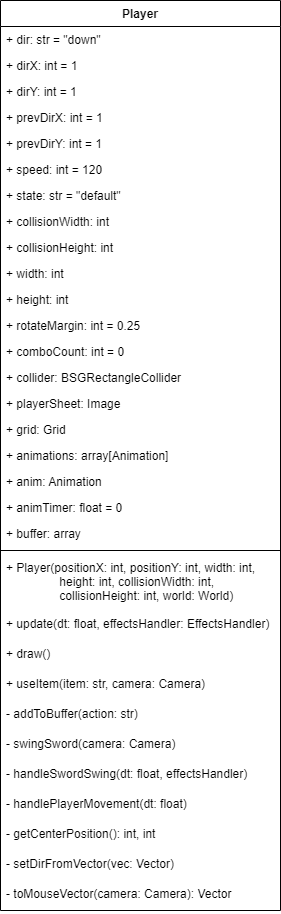
Earlier version of the draw.io export docs/class-diagram.drawio.png (Perla-Al-Haddad/HeartOfWoodland). Source tidied: cells renumbered, new cells last; positions are measured from the earlier drawing's top-left corner, leaving out a move shared by most shapes.
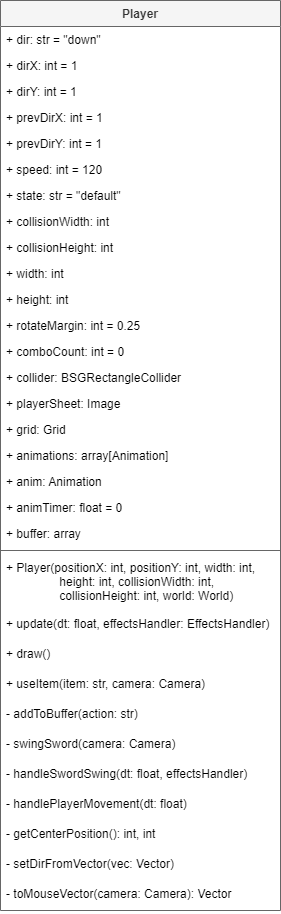
The same file after the commit.

Commit message:
updated class diagram style

What changed in the source:
```diff
@@ -2,103 +2,103 @@
   <root>
     <mxCell id="0" />
     <mxCell id="1" parent="0" />
-    <mxCell id="2" value="Player" style="swimlane;fontStyle=1;align=center;verticalAlign=top;horizontal=1;startSize=26;" parent="1" vertex="1">
+    <mxCell id="2" value="Player" style="swimlane;fontStyle=1;align=center;verticalAlign=top;horizontal=1;startSize=26;fillColor=#f5f5f5;fontColor=#333333;strokeColor=#666666;gradientColor=none;swimlaneFillColor=#FFFFFF;" parent="1" vertex="1">
       <mxGeometry width="280" height="910" as="geometry" />
     </mxCell>
-    <mxCell id="3" value="+ dir: str = &quot;down&quot;" style="text;strokeColor=none;fillColor=none;align=left;verticalAlign=top;spacingLeft=4;spacingRight=4;overflow=hidden;" parent="2" vertex="1">
+    <mxCell id="3" value="+ dir: str = &quot;down&quot;" style="text;strokeColor=none;fillColor=none;align=left;verticalAlign=top;spacingLeft=4;spacingRight=4;overflow=hidden;fontColor=#000000;" parent="2" vertex="1">
       <mxGeometry y="26" width="280" height="26" as="geometry" />
     </mxCell>
-    <mxCell id="4" value="+ dirX: int = 1" style="text;strokeColor=none;fillColor=none;align=left;verticalAlign=top;spacingLeft=4;spacingRight=4;overflow=hidden;" parent="2" vertex="1">
+    <mxCell id="4" value="+ dirX: int = 1" style="text;strokeColor=none;fillColor=none;align=left;verticalAlign=top;spacingLeft=4;spacingRight=4;overflow=hidden;fontColor=#000000;" parent="2" vertex="1">
       <mxGeometry y="52" width="280" height="26" as="geometry" />
     </mxCell>
-    <mxCell id="5" value="+ dirY: int = 1" style="text;strokeColor=none;fillColor=none;align=left;verticalAlign=top;spacingLeft=4;spacingRight=4;overflow=hidden;" parent="2" vertex="1">
+    <mxCell id="5" value="+ dirY: int = 1" style="text;strokeColor=none;fillColor=none;align=left;verticalAlign=top;spacingLeft=4;spacingRight=4;overflow=hidden;fontColor=#000000;" parent="2" vertex="1">
       <mxGeometry y="78" width="280" height="26" as="geometry" />
     </mxCell>
-    <mxCell id="6" value="+ prevDirX: int = 1" style="text;strokeColor=none;fillColor=none;align=left;verticalAlign=top;spacingLeft=4;spacingRight=4;overflow=hidden;" parent="2" vertex="1">
+    <mxCell id="6" value="+ prevDirX: int = 1" style="text;strokeColor=none;fillColor=none;align=left;verticalAlign=top;spacingLeft=4;spacingRight=4;overflow=hidden;fontColor=#000000;" parent="2" vertex="1">
       <mxGeometry y="104" width="280" height="26" as="geometry" />
     </mxCell>
-    <mxCell id="7" value="+ prevDirY: int = 1" style="text;strokeColor=none;fillColor=none;align=left;verticalAlign=top;spacingLeft=4;spacingRight=4;overflow=hidden;" parent="2" vertex="1">
+    <mxCell id="7" value="+ prevDirY: int = 1" style="text;strokeColor=none;fillColor=none;align=left;verticalAlign=top;spacingLeft=4;spacingRight=4;overflow=hidden;fontColor=#000000;" parent="2" vertex="1">
       <mxGeometry y="130" width="280" height="26" as="geometry" />
     </mxCell>
-    <mxCell id="8" value="+ speed: int = 120" style="text;strokeColor=none;fillColor=none;align=left;verticalAlign=top;spacingLeft=4;spacingRight=4;overflow=hidden;" parent="2" vertex="1">
+    <mxCell id="8" value="+ speed: int = 120" style="text;strokeColor=none;fillColor=none;align=left;verticalAlign=top;spacingLeft=4;spacingRight=4;overflow=hidden;fontColor=#000000;" parent="2" vertex="1">
       <mxGeometry y="156" width="280" height="26" as="geometry" />
     </mxCell>
-    <mxCell id="9" value="+ state: str = &quot;default&quot;" style="text;strokeColor=none;fillColor=none;align=left;verticalAlign=top;spacingLeft=4;spacingRight=4;overflow=hidden;" parent="2" vertex="1">
+    <mxCell id="9" value="+ state: str = &quot;default&quot;" style="text;strokeColor=none;fillColor=none;align=left;verticalAlign=top;spacingLeft=4;spacingRight=4;overflow=hidden;fontColor=#000000;" parent="2" vertex="1">
       <mxGeometry y="182" width="280" height="26" as="geometry" />
     </mxCell>
-    <mxCell id="10" value="+ collisionWidth: int" style="text;strokeColor=none;fillColor=none;align=left;verticalAlign=top;spacingLeft=4;spacingRight=4;overflow=hidden;" parent="2" vertex="1">
+    <mxCell id="10" value="+ collisionWidth: int" style="text;strokeColor=none;fillColor=none;align=left;verticalAlign=top;spacingLeft=4;spacingRight=4;overflow=hidden;fontColor=#000000;" parent="2" vertex="1">
       <mxGeometry y="208" width="280" height="26" as="geometry" />
     </mxCell>
-    <mxCell id="11" value="+ collisionHeight: int" style="text;strokeColor=none;fillColor=none;align=left;verticalAlign=top;spacingLeft=4;spacingRight=4;overflow=hidden;" parent="2" vertex="1">
+    <mxCell id="11" value="+ collisionHeight: int" style="text;strokeColor=none;fillColor=none;align=left;verticalAlign=top;spacingLeft=4;spacingRight=4;overflow=hidden;fontColor=#000000;" parent="2" vertex="1">
       <mxGeometry y="234" width="280" height="26" as="geometry" />
     </mxCell>
-    <mxCell id="12" value="+ width: int" style="text;strokeColor=none;fillColor=none;align=left;verticalAlign=top;spacingLeft=4;spacingRight=4;overflow=hidden;" parent="2" vertex="1">
+    <mxCell id="12" value="+ width: int" style="text;strokeColor=none;fillColor=none;align=left;verticalAlign=top;spacingLeft=4;spacingRight=4;overflow=hidden;fontColor=#000000;" parent="2" vertex="1">
       <mxGeometry y="260" width="280" height="26" as="geometry" />
     </mxCell>
-    <mxCell id="13" value="+ height: int" style="text;strokeColor=none;fillColor=none;align=left;verticalAlign=top;spacingLeft=4;spacingRight=4;overflow=hidden;" parent="2" vertex="1">
+    <mxCell id="13" value="+ height: int" style="text;strokeColor=none;fillColor=none;align=left;verticalAlign=top;spacingLeft=4;spacingRight=4;overflow=hidden;fontColor=#000000;" parent="2" vertex="1">
       <mxGeometry y="286" width="280" height="26" as="geometry" />
     </mxCell>
-    <mxCell id="14" value="+ rotateMargin: int = 0.25" style="text;strokeColor=none;fillColor=none;align=left;verticalAlign=top;spacingLeft=4;spacingRight=4;overflow=hidden;" parent="2" vertex="1">
+    <mxCell id="14" value="+ rotateMargin: int = 0.25" style="text;strokeColor=none;fillColor=none;align=left;verticalAlign=top;spacingLeft=4;spacingRight=4;overflow=hidden;fontColor=#000000;" parent="2" vertex="1">
       <mxGeometry y="312" width="280" height="26" as="geometry" />
     </mxCell>
-    <mxCell id="15" value="+ comboCount: int = 0" style="text;strokeColor=none;fillColor=none;align=left;verticalAlign=top;spacingLeft=4;spacingRight=4;overflow=hidden;" parent="2" vertex="1">
+    <mxCell id="15" value="+ comboCount: int = 0" style="text;strokeColor=none;fillColor=none;align=left;verticalAlign=top;spacingLeft=4;spacingRight=4;overflow=hidden;fontColor=#000000;" parent="2" vertex="1">
       <mxGeometry y="338" width="280" height="26" as="geometry" />
     </mxCell>
-    <mxCell id="16" value="+ collider: BSGRectangleCollider" style="text;strokeColor=none;fillColor=none;align=left;verticalAlign=top;spacingLeft=4;spacingRight=4;overflow=hidden;" parent="2" vertex="1">
+    <mxCell id="16" value="+ collider: BSGRectangleCollider" style="text;strokeColor=none;fillColor=none;align=left;verticalAlign=top;spacingLeft=4;spacingRight=4;overflow=hidden;fontColor=#000000;" parent="2" vertex="1">
       <mxGeometry y="364" width="280" height="26" as="geometry" />
     </mxCell>
-    <mxCell id="17" value="+ playerSheet: Image" style="text;strokeColor=none;fillColor=none;align=left;verticalAlign=top;spacingLeft=4;spacingRight=4;overflow=hidden;" parent="2" vertex="1">
+    <mxCell id="17" value="+ playerSheet: Image" style="text;strokeColor=none;fillColor=none;align=left;verticalAlign=top;spacingLeft=4;spacingRight=4;overflow=hidden;fontColor=#000000;" parent="2" vertex="1">
       <mxGeometry y="390" width="280" height="26" as="geometry" />
     </mxCell>
-    <mxCell id="18" value="+ grid: Grid" style="text;strokeColor=none;fillColor=none;align=left;verticalAlign=top;spacingLeft=4;spacingRight=4;overflow=hidden;" parent="2" vertex="1">
+    <mxCell id="18" value="+ grid: Grid" style="text;strokeColor=none;fillColor=none;align=left;verticalAlign=top;spacingLeft=4;spacingRight=4;overflow=hidden;fontColor=#000000;" parent="2" vertex="1">
       <mxGeometry y="416" width="280" height="26" as="geometry" />
     </mxCell>
-    <mxCell id="19" value="+ animations: array[Animation]" style="text;strokeColor=none;fillColor=none;align=left;verticalAlign=top;spacingLeft=4;spacingRight=4;overflow=hidden;" parent="2" vertex="1">
+    <mxCell id="19" value="+ animations: array[Animation]" style="text;strokeColor=none;fillColor=none;align=left;verticalAlign=top;spacingLeft=4;spacingRight=4;overflow=hidden;fontColor=#000000;" parent="2" vertex="1">
       <mxGeometry y="442" width="280" height="26" as="geometry" />
     </mxCell>
-    <mxCell id="20" value="+ anim: Animation" style="text;strokeColor=none;fillColor=none;align=left;verticalAlign=top;spacingLeft=4;spacingRight=4;overflow=hidden;" parent="2" vertex="1">
+    <mxCell id="20" value="+ anim: Animation" style="text;strokeColor=none;fillColor=none;align=left;verticalAlign=top;spacingLeft=4;spacingRight=4;overflow=hidden;fontColor=#000000;" parent="2" vertex="1">
       <mxGeometry y="468" width="280" height="26" as="geometry" />
     </mxCell>
-    <mxCell id="21" value="+ animTimer: float = 0" style="text;strokeColor=none;fillColor=none;align=left;verticalAlign=top;spacingLeft=4;spacingRight=4;overflow=hidden;" parent="2" vertex="1">
+    <mxCell id="21" value="+ animTimer: float = 0" style="text;strokeColor=none;fillColor=none;align=left;verticalAlign=top;spacingLeft=4;spacingRight=4;overflow=hidden;fontColor=#000000;" parent="2" vertex="1">
       <mxGeometry y="494" width="280" height="26" as="geometry" />
     </mxCell>
-    <mxCell id="22" value="+ buffer: array" style="text;strokeColor=none;fillColor=none;align=left;verticalAlign=top;spacingLeft=4;spacingRight=4;overflow=hidden;" parent="2" vertex="1">
+    <mxCell id="22" value="+ buffer: array" style="text;strokeColor=none;fillColor=none;align=left;verticalAlign=top;spacingLeft=4;spacingRight=4;overflow=hidden;fontColor=#000000;" parent="2" vertex="1">
       <mxGeometry y="520" width="280" height="26" as="geometry" />
     </mxCell>
     <mxCell id="23" style="line;strokeWidth=1;fillColor=none;align=left;verticalAlign=middle;spacingTop=-1;spacingLeft=3;spacingRight=3;labelPosition=right;strokeColor=inherit;" parent="2" vertex="1">
       <mxGeometry y="546" width="280" height="8" as="geometry" />
     </mxCell>
-    <mxCell id="24" value="+ Player(positionX: int, positionY: int, width: int, &#10;                height: int, collisionWidth: int, &#10;                collisionHeight: int, world: World)" style="text;strokeColor=none;fillColor=none;align=left;verticalAlign=top;spacingLeft=4;spacingRight=4;overflow=hidden;" parent="2" vertex="1">
+    <mxCell id="24" value="+ Player(positionX: int, positionY: int, width: int, &#10;                height: int, collisionWidth: int, &#10;                collisionHeight: int, world: World)" style="text;strokeColor=none;fillColor=none;align=left;verticalAlign=top;spacingLeft=4;spacingRight=4;overflow=hidden;fontColor=#000000;" parent="2" vertex="1">
       <mxGeometry y="554" width="280" height="56" as="geometry" />
     </mxCell>
-    <mxCell id="25" value="+ update(dt: float, effectsHandler: EffectsHandler)" style="text;strokeColor=none;fillColor=none;align=left;verticalAlign=top;spacingLeft=4;spacingRight=4;overflow=hidden;" parent="2" vertex="1">
+    <mxCell id="25" value="+ update(dt: float, effectsHandler: EffectsHandler)" style="text;strokeColor=none;fillColor=none;align=left;verticalAlign=top;spacingLeft=4;spacingRight=4;overflow=hidden;fontColor=#000000;" parent="2" vertex="1">
       <mxGeometry y="610" width="280" height="30" as="geometry" />
     </mxCell>
-    <mxCell id="26" value="+ draw()" style="text;strokeColor=none;fillColor=none;align=left;verticalAlign=top;spacingLeft=4;spacingRight=4;overflow=hidden;" parent="2" vertex="1">
+    <mxCell id="26" value="+ draw()" style="text;strokeColor=none;fillColor=none;align=left;verticalAlign=top;spacingLeft=4;spacingRight=4;overflow=hidden;fontColor=#000000;" parent="2" vertex="1">
       <mxGeometry y="640" width="280" height="30" as="geometry" />
     </mxCell>
-    <mxCell id="27" value="+ useItem(item: str, camera: Camera)" style="text;strokeColor=none;fillColor=none;align=left;verticalAlign=top;spacingLeft=4;spacingRight=4;overflow=hidden;" parent="2" vertex="1">
+    <mxCell id="27" value="+ useItem(item: str, camera: Camera)" style="text;strokeColor=none;fillColor=none;align=left;verticalAlign=top;spacingLeft=4;spacingRight=4;overflow=hidden;fontColor=#000000;" parent="2" vertex="1">
       <mxGeometry y="670" width="280" height="30" as="geometry" />
     </mxCell>
-    <mxCell id="28" value="- addToBuffer(action: str)" style="text;strokeColor=none;fillColor=none;align=left;verticalAlign=top;spacingLeft=4;spacingRight=4;overflow=hidden;" parent="2" vertex="1">
+    <mxCell id="28" value="- addToBuffer(action: str)" style="text;strokeColor=none;fillColor=none;align=left;verticalAlign=top;spacingLeft=4;spacingRight=4;overflow=hidden;fontColor=#000000;" parent="2" vertex="1">
       <mxGeometry y="700" width="280" height="30" as="geometry" />
     </mxCell>
-    <mxCell id="29" value="- swingSword(camera: Camera)" style="text;strokeColor=none;fillColor=none;align=left;verticalAlign=top;spacingLeft=4;spacingRight=4;overflow=hidden;" parent="2" vertex="1">
+    <mxCell id="29" value="- swingSword(camera: Camera)" style="text;strokeColor=none;fillColor=none;align=left;verticalAlign=top;spacingLeft=4;spacingRight=4;overflow=hidden;fontColor=#000000;" parent="2" vertex="1">
       <mxGeometry y="730" width="280" height="30" as="geometry" />
     </mxCell>
-    <mxCell id="30" value="- handleSwordSwing(dt: float, effectsHandler)" style="text;strokeColor=none;fillColor=none;align=left;verticalAlign=top;spacingLeft=4;spacingRight=4;overflow=hidden;" parent="2" vertex="1">
+    <mxCell id="30" value="- handleSwordSwing(dt: float, effectsHandler)" style="text;strokeColor=none;fillColor=none;align=left;verticalAlign=top;spacingLeft=4;spacingRight=4;overflow=hidden;fontColor=#000000;" parent="2" vertex="1">
       <mxGeometry y="760" width="280" height="30" as="geometry" />
     </mxCell>
-    <mxCell id="31" value="- handlePlayerMovement(dt: float)" style="text;strokeColor=none;fillColor=none;align=left;verticalAlign=top;spacingLeft=4;spacingRight=4;overflow=hidden;" parent="2" vertex="1">
+    <mxCell id="31" value="- handlePlayerMovement(dt: float)" style="text;strokeColor=none;fillColor=none;align=left;verticalAlign=top;spacingLeft=4;spacingRight=4;overflow=hidden;fontColor=#000000;" parent="2" vertex="1">
       <mxGeometry y="790" width="280" height="30" as="geometry" />
     </mxCell>
-    <mxCell id="32" value="- getCenterPosition(): int, int" style="text;strokeColor=none;fillColor=none;align=left;verticalAlign=top;spacingLeft=4;spacingRight=4;overflow=hidden;" parent="2" vertex="1">
+    <mxCell id="32" value="- getCenterPosition(): int, int" style="text;strokeColor=none;fillColor=none;align=left;verticalAlign=top;spacingLeft=4;spacingRight=4;overflow=hidden;fontColor=#000000;" parent="2" vertex="1">
       <mxGeometry y="820" width="280" height="30" as="geometry" />
     </mxCell>
-    <mxCell id="33" value="- setDirFromVector(vec: Vector)" style="text;strokeColor=none;fillColor=none;align=left;verticalAlign=top;spacingLeft=4;spacingRight=4;overflow=hidden;" parent="2" vertex="1">
+    <mxCell id="33" value="- setDirFromVector(vec: Vector)" style="text;strokeColor=none;fillColor=none;align=left;verticalAlign=top;spacingLeft=4;spacingRight=4;overflow=hidden;fontColor=#000000;" parent="2" vertex="1">
       <mxGeometry y="850" width="280" height="30" as="geometry" />
     </mxCell>
-    <mxCell id="34" value="- toMouseVector(camera: Camera): Vector" style="text;strokeColor=none;fillColor=none;align=left;verticalAlign=top;spacingLeft=4;spacingRight=4;overflow=hidden;" parent="2" vertex="1">
+    <mxCell id="34" value="- toMouseVector(camera: Camera): Vector" style="text;strokeColor=none;fillColor=none;align=left;verticalAlign=top;spacingLeft=4;spacingRight=4;overflow=hidden;fontColor=#000000;" parent="2" vertex="1">
       <mxGeometry y="880" width="280" height="30" as="geometry" />
     </mxCell>
   </root>
```
